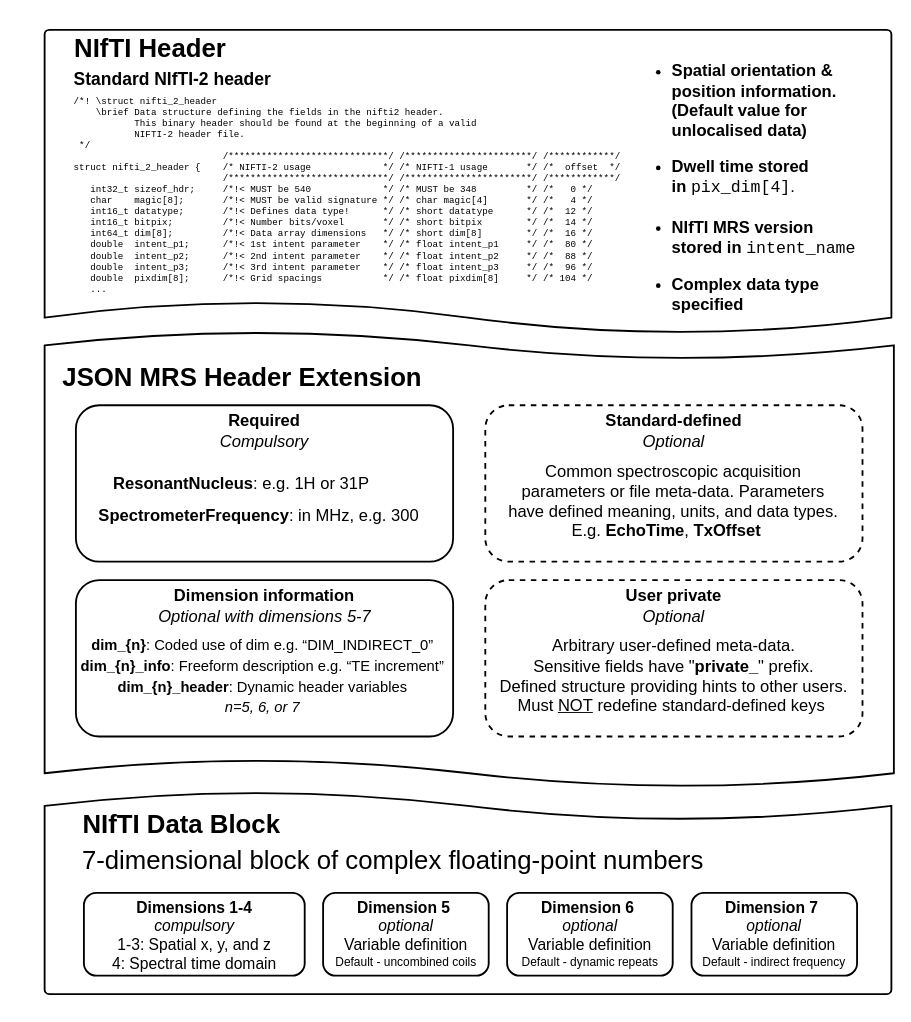
wtclarke/mrs_nifti_standard keeps this draw.io diagram as publication/figures/figure1.drawio. Above is the earlier version. Source tidied: cells renumbered, new cells numbered last; positions are measured from the earlier drawing's top-left corner, leaving out a move shared by most shapes. Both pictures are drawn from the tidied source at 92%, with x=0, y=0 at pixel (16, 29).
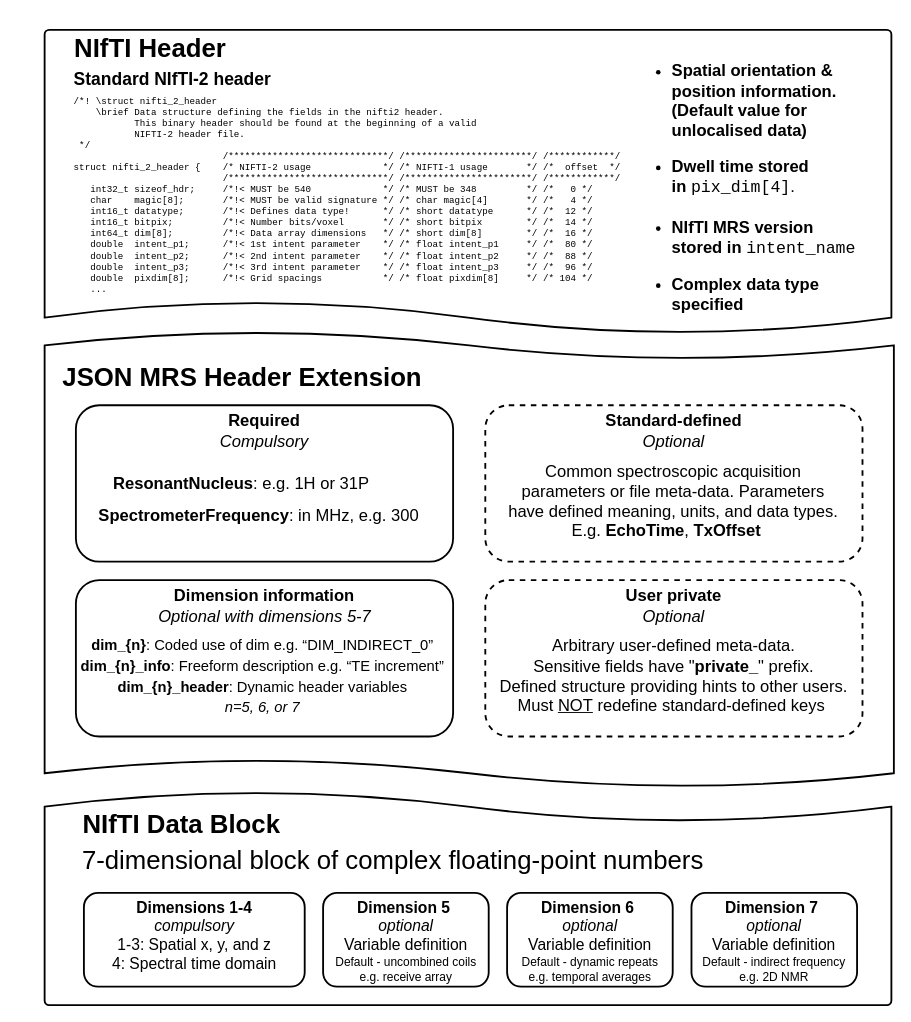
After the change.

Change to the diagram source:
```diff
@@
     <mxCell id="4" style="strokeWidth=2;html=1;shape=mxgraph.flowchart.document2;whiteSpace=wrap;size=0.1409090909090909;fontSize=14;align=center;direction=west;flipH=1;" parent="1" vertex="1">
-      <mxGeometry x="31" y="828" width="920.4" height="220" as="geometry" />
+      <mxGeometry x="31" y="828" width="920.4" height="232" as="geometry" />
     </mxCell>
@@
     <mxCell id="11" value="&lt;div&gt;&lt;font style=&quot;font-size: 17px&quot;&gt;&lt;b&gt;Dimensions 1-4 &lt;br&gt;&lt;/b&gt;&lt;i&gt;compulsory&lt;/i&gt;&lt;/font&gt;&lt;/div&gt;&lt;font style=&quot;font-size: 17px&quot;&gt;1-3: Spatial x, y, and z&lt;br&gt;4: Spectral time domain&lt;/font&gt;" style="rounded=1;whiteSpace=wrap;html=1;strokeWidth=2;fontSize=13;align=center;verticalAlign=top;" parent="1" vertex="1">
-      <mxGeometry x="73.7" y="938" width="240" height="90" as="geometry" />
+      <mxGeometry x="73.7" y="938" width="240" height="102" as="geometry" />
     </mxCell>
-    <mxCell id="12" value="&lt;div&gt;&lt;font style=&quot;font-size: 17px&quot;&gt;&lt;b&gt;Dimension 5&amp;nbsp;&lt;br&gt;&lt;/b&gt;&lt;i&gt;optional&lt;/i&gt;&lt;/font&gt;&lt;/div&gt;&lt;span style=&quot;font-size: 17px&quot;&gt;Variable definition&lt;br&gt;&lt;/span&gt;Default - uncombined coils" style="rounded=1;whiteSpace=wrap;html=1;strokeWidth=2;fontSize=13;align=center;verticalAlign=top;" parent="1" vertex="1">
-      <mxGeometry x="333.7" y="938" width="180" height="90" as="geometry" />
+    <mxCell id="12" value="&lt;div&gt;&lt;font style=&quot;font-size: 17px&quot;&gt;&lt;b&gt;Dimension 5&amp;nbsp;&lt;br&gt;&lt;/b&gt;&lt;i&gt;optional&lt;/i&gt;&lt;/font&gt;&lt;/div&gt;&lt;span style=&quot;font-size: 17px&quot;&gt;Variable definition&lt;br&gt;&lt;/span&gt;Default - uncombined coils&lt;br&gt;e.g. receive array" style="rounded=1;whiteSpace=wrap;html=1;strokeWidth=2;fontSize=13;align=center;verticalAlign=top;" parent="1" vertex="1">
+      <mxGeometry x="333.7" y="938" width="180" height="102" as="geometry" />
     </mxCell>
-    <mxCell id="13" value="&lt;div&gt;&lt;font style=&quot;font-size: 17px&quot;&gt;&lt;b&gt;Dimension 6&amp;nbsp;&lt;br&gt;&lt;/b&gt;&lt;i&gt;optional&lt;/i&gt;&lt;/font&gt;&lt;/div&gt;&lt;span style=&quot;font-size: 17px&quot;&gt;Variable definition&lt;br&gt;&lt;/span&gt;Default - dynamic repeats" style="rounded=1;whiteSpace=wrap;html=1;strokeWidth=2;fontSize=13;align=center;verticalAlign=top;" parent="1" vertex="1">
-      <mxGeometry x="533.7" y="938" width="180" height="90" as="geometry" />
+    <mxCell id="13" value="&lt;div&gt;&lt;font style=&quot;font-size: 17px&quot;&gt;&lt;b&gt;Dimension 6&amp;nbsp;&lt;br&gt;&lt;/b&gt;&lt;i&gt;optional&lt;/i&gt;&lt;/font&gt;&lt;/div&gt;&lt;span style=&quot;font-size: 17px&quot;&gt;Variable definition&lt;br&gt;&lt;/span&gt;Default - dynamic repeats&lt;br&gt;e.g. temporal averages" style="rounded=1;whiteSpace=wrap;html=1;strokeWidth=2;fontSize=13;align=center;verticalAlign=top;" parent="1" vertex="1">
+      <mxGeometry x="533.7" y="938" width="180" height="102" as="geometry" />
     </mxCell>
-    <mxCell id="14" value="&lt;div&gt;&lt;font style=&quot;font-size: 17px&quot;&gt;&lt;b&gt;Dimension 7&amp;nbsp;&lt;br&gt;&lt;/b&gt;&lt;i&gt;optional&lt;/i&gt;&lt;/font&gt;&lt;/div&gt;&lt;span style=&quot;font-size: 17px&quot;&gt;Variable definition&lt;br&gt;&lt;/span&gt;Default - indirect frequency" style="rounded=1;whiteSpace=wrap;html=1;strokeWidth=2;fontSize=13;align=center;verticalAlign=top;" parent="1" vertex="1">
-      <mxGeometry x="734.1" y="938" width="180" height="90" as="geometry" />
+    <mxCell id="14" value="&lt;div&gt;&lt;font style=&quot;font-size: 17px&quot;&gt;&lt;b&gt;Dimension 7&amp;nbsp;&lt;br&gt;&lt;/b&gt;&lt;i&gt;optional&lt;/i&gt;&lt;/font&gt;&lt;/div&gt;&lt;span style=&quot;font-size: 17px&quot;&gt;Variable definition&lt;br&gt;&lt;/span&gt;Default - indirect frequency&lt;br&gt;e.g. 2D NMR" style="rounded=1;whiteSpace=wrap;html=1;strokeWidth=2;fontSize=13;align=center;verticalAlign=top;" parent="1" vertex="1">
+      <mxGeometry x="734.1" y="938" width="180" height="102" as="geometry" />
     </mxCell>
```
